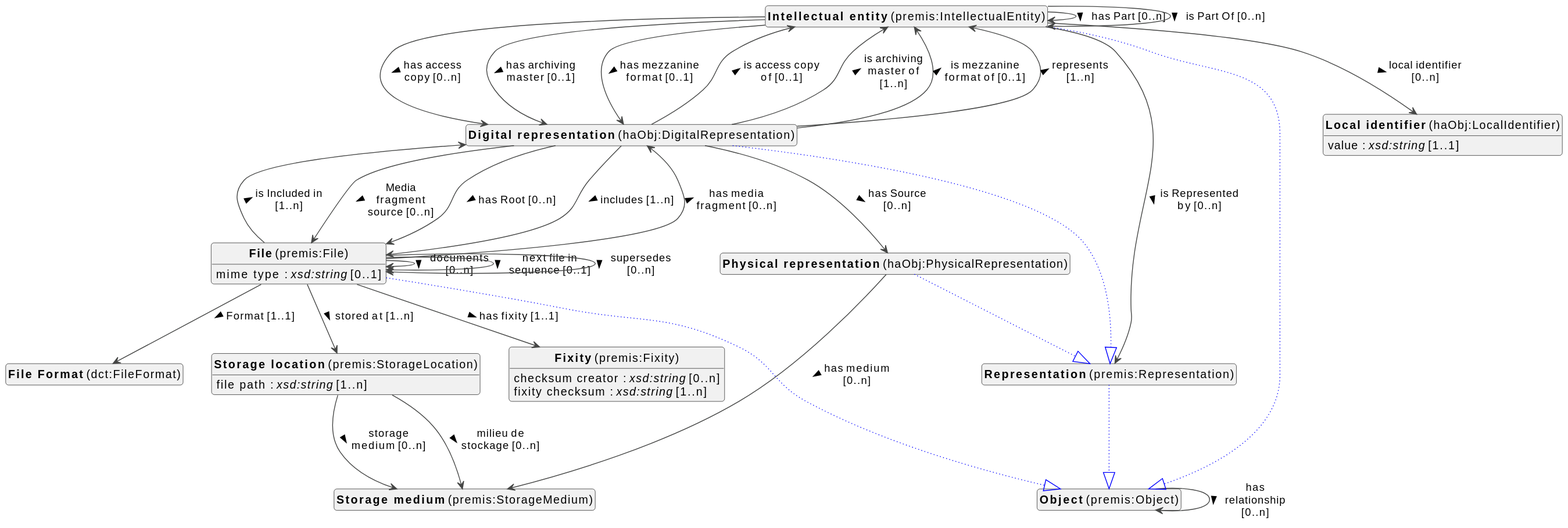
Above: docs/metadata/knowledge-graph/0.0.1/object/en/object-diagram.svg in viaacode/documentation-jekyll (PlantUML), before the change. Source of this version:
```plantuml
@startuml
!theme vibrant
skinparam classFontSize 14
!define LIGHTORANGE
skinparam componentStyle uml2
skinparam wrapMessageWidth 100
skinparam shadowing false
skinparam ArrowMessageAlignment left


class "<b>Object</b> (premis:Object)" as premis_Object [[#premis%3AObject]]
class "<b>Intellectual entity</b> (premis:IntellectualEntity)" as premis_IntellectualEntity [[#premis%3AIntellectualEntity]]
class "<b>Object</b> (premis:Object)" as premis_Object [[#premis%3AObject]]
class "<b>Physical representation</b> (haObj:PhysicalRepresentation)" as haObj_PhysicalRepresentation [[#haObj%3APhysicalRepresentation]]
class "<b>Representation</b> (premis:Representation)" as premis_Representation [[#premis%3ARepresentation]]
class "<b>Digital representation</b> (haObj:DigitalRepresentation)" as haObj_DigitalRepresentation [[#haObj%3ADigitalRepresentation]]
class "<b>Representation</b> (premis:Representation)" as premis_Representation [[#premis%3ARepresentation]]
class "<b>File</b> (premis:File)" as premis_File [[#premis%3AFile]]
class "<b>Object</b> (premis:Object)" as premis_Object [[#premis%3AObject]]
class "<b>Fixity</b> (premis:Fixity)" as premis_Fixity [[#premis%3AFixity]]
class "<b>Storage location</b> (premis:StorageLocation)" as premis_StorageLocation [[#premis%3AStorageLocation]]
class "<b>Local identifier</b> (haObj:LocalIdentifier)" as haObj_LocalIdentifier [[#haObj%3ALocalIdentifier]]
class "<b>File Format</b> (dct:FileFormat)" as dct_FileFormat [[#dct%3AFileFormat]]
class "<b>Storage medium</b> (premis:StorageMedium)" as premis_StorageMedium [[#premis%3AStorageMedium]]
class "<b>Representation</b> (premis:Representation)" as premis_Representation [[#premis%3ARepresentation]]
class "<b>Object</b> (premis:Object)" as premis_Object [[#premis%3AObject]]



premis_Object --> premis_Object : has relationship [0..n] >

premis_IntellectualEntity --|> premis_Object #blue;line.dotted;text:blue


premis_IntellectualEntity --> premis_IntellectualEntity : has Part [0..n] >

premis_IntellectualEntity --> haObj_DigitalRepresentation : has access copy [0..n] >

premis_IntellectualEntity --> haObj_DigitalRepresentation : has archiving master [0..1] >

premis_IntellectualEntity --> haObj_DigitalRepresentation : has mezzanine format [0..1] >

premis_IntellectualEntity --> premis_IntellectualEntity : is Part Of [0..n] >

premis_IntellectualEntity --> premis_Representation : is Represented by [0..n] >

premis_IntellectualEntity --> haObj_LocalIdentifier : local identifier [0..n] >

haObj_PhysicalRepresentation --|> premis_Representation #blue;line.dotted;text:blue


haObj_PhysicalRepresentation --> premis_StorageMedium : has medium [0..n] >

haObj_DigitalRepresentation --|> premis_Representation #blue;line.dotted;text:blue


haObj_DigitalRepresentation --> premis_File : Media fragment source [0..n] >

haObj_DigitalRepresentation --> premis_File : has Root [0..n] >

haObj_DigitalRepresentation --> haObj_PhysicalRepresentation : has Source [0..n] >

haObj_DigitalRepresentation --> premis_File : includes [1..n] >

haObj_DigitalRepresentation --> premis_IntellectualEntity : is access copy of [0..1] >

haObj_DigitalRepresentation --> premis_IntellectualEntity : is archiving master of [1..n] >

haObj_DigitalRepresentation --> premis_IntellectualEntity : is mezzanine format of [0..1] >

haObj_DigitalRepresentation --> premis_IntellectualEntity : represents [1..n] >

premis_File --|> premis_Object #blue;line.dotted;text:blue


premis_File --> dct_FileFormat : Format [1..1] >

premis_File --> premis_File : documents [0..n] >

premis_File --> premis_Fixity : has fixity [1..1] >

premis_File --> haObj_DigitalRepresentation : has media fragment [0..n] >

premis_File --> haObj_DigitalRepresentation : is Included in [1..n] >
premis_File : mime type : <i>xsd:string</i> [0..1]


premis_File --> premis_File : next file in sequence [0..1] >

premis_File --> premis_StorageLocation : stored at [1..n] >

premis_File --> premis_File : supersedes [0..n] >


premis_Fixity : checksum creator : <i>xsd:string</i> [0..n]

premis_Fixity : fixity checksum : <i>xsd:string</i> [1..n]



premis_StorageLocation : file path : <i>xsd:string</i> [1..n]


premis_StorageLocation --> premis_StorageMedium : milieu de stockage [0..n] >

premis_StorageLocation --> premis_StorageMedium : storage medium [0..n] >


haObj_LocalIdentifier : value : <i>xsd:string</i> [1..1]






premis_Representation --|> premis_Object #blue;line.dotted;text:blue



hide circle
hide methods
hide empty members
@enduml
```
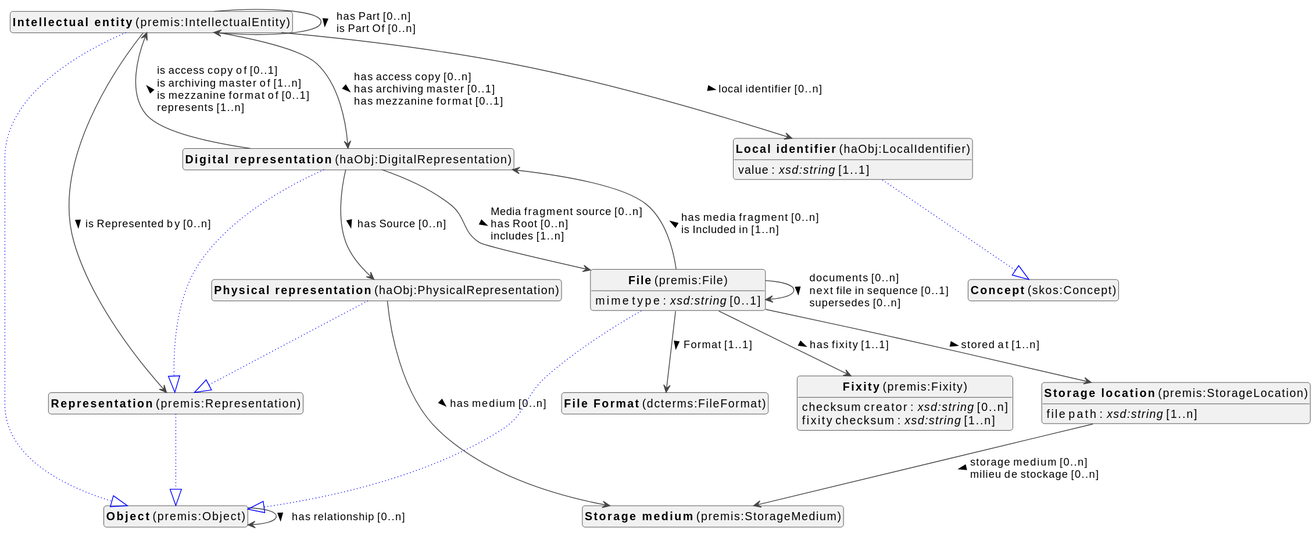
The same file after the commit.

Diff of the diagram source:
```diff
@@ -3,7 +3,8 @@
 skinparam classFontSize 14
 !define LIGHTORANGE
 skinparam componentStyle uml2
-skinparam wrapMessageWidth 100
+skinparam wrapMessageWidth 1000
+skinparam wrapWidth 1000
 skinparam shadowing false
 skinparam ArrowMessageAlignment left
 
@@ -20,100 +21,62 @@
 class "<b>Fixity</b> (premis:Fixity)" as premis_Fixity [[#premis%3AFixity]]
 class "<b>Storage location</b> (premis:StorageLocation)" as premis_StorageLocation [[#premis%3AStorageLocation]]
 class "<b>Local identifier</b> (haObj:LocalIdentifier)" as haObj_LocalIdentifier [[#haObj%3ALocalIdentifier]]
-class "<b>File Format</b> (dct:FileFormat)" as dct_FileFormat [[#dct%3AFileFormat]]
-class "<b>Storage medium</b> (premis:StorageMedium)" as premis_StorageMedium [[#premis%3AStorageMedium]]
+class "<b>Concept</b> (skos:Concept)" as skos_Concept [[#skos%3AConcept]]
 class "<b>Representation</b> (premis:Representation)" as premis_Representation [[#premis%3ARepresentation]]
 class "<b>Object</b> (premis:Object)" as premis_Object [[#premis%3AObject]]
+class "<b>File Format</b> (dcterms:FileFormat)" as dcterms_FileFormat [[#dcterms%3AFileFormat]]
+class "<b>Storage medium</b> (premis:StorageMedium)" as premis_StorageMedium [[#premis%3AStorageMedium]]
+
+
+premis_Object --> premis_Object :has relationship [0..n]  >
+
+premis_IntellectualEntity --|> premis_Object #blue;line.dotted;text:blue
+
+premis_IntellectualEntity --> haObj_DigitalRepresentation :has access copy [0..n]  \lhas archiving master [0..1]  \lhas mezzanine format [0..1]  >
+premis_IntellectualEntity --> haObj_LocalIdentifier :local identifier [0..n]  >
+premis_IntellectualEntity --> premis_IntellectualEntity :has Part [0..n]  \lis Part Of [0..n]  >
+premis_IntellectualEntity --> premis_Representation :is Represented by [0..n]  >
+
+haObj_PhysicalRepresentation --|> premis_Representation #blue;line.dotted;text:blue
+
+haObj_PhysicalRepresentation --> premis_StorageMedium :has medium [0..n]  >
+
+haObj_DigitalRepresentation --|> premis_Representation #blue;line.dotted;text:blue
+
+haObj_DigitalRepresentation --> haObj_PhysicalRepresentation :has Source [0..n]  >
+haObj_DigitalRepresentation --> premis_File :Media fragment source [0..n]  \lhas Root [0..n]  \lincludes [1..n]  >
+haObj_DigitalRepresentation --> premis_IntellectualEntity :is access copy of [0..1]  \lis archiving master of [1..n]  \lis mezzanine format of [0..1]  \lrepresents [1..n]  >
+
+premis_File --|> premis_Object #blue;line.dotted;text:blue
+
+premis_File : mime type : <i>xsd:string</i> [0..1]
+premis_File --> dcterms_FileFormat :Format [1..1]  >
+premis_File --> haObj_DigitalRepresentation :has media fragment [0..n]  \lis Included in [1..n]  >
+premis_File --> premis_File :documents [0..n]  \lnext file in sequence [0..1]  \lsupersedes [0..n]  >
+premis_File --> premis_Fixity :has fixity [1..1]  >
+premis_File --> premis_StorageLocation :stored at [1..n]  >
 
 
 
-premis_Object --> premis_Object : has relationship [0..n] >
-
-premis_IntellectualEntity --|> premis_Object #blue;line.dotted;text:blue
-
-
-premis_IntellectualEntity --> premis_IntellectualEntity : has Part [0..n] >
-
-premis_IntellectualEntity --> haObj_DigitalRepresentation : has access copy [0..n] >
-
-premis_IntellectualEntity --> haObj_DigitalRepresentation : has archiving master [0..1] >
-
-premis_IntellectualEntity --> haObj_DigitalRepresentation : has mezzanine format [0..1] >
-
-premis_IntellectualEntity --> premis_IntellectualEntity : is Part Of [0..n] >
-
-premis_IntellectualEntity --> premis_Representation : is Represented by [0..n] >
-
-premis_IntellectualEntity --> haObj_LocalIdentifier : local identifier [0..n] >
-
-haObj_PhysicalRepresentation --|> premis_Representation #blue;line.dotted;text:blue
-
-
-haObj_PhysicalRepresentation --> premis_StorageMedium : has medium [0..n] >
-
-haObj_DigitalRepresentation --|> premis_Representation #blue;line.dotted;text:blue
-
-
-haObj_DigitalRepresentation --> premis_File : Media fragment source [0..n] >
-
-haObj_DigitalRepresentation --> premis_File : has Root [0..n] >
-
-haObj_DigitalRepresentation --> haObj_PhysicalRepresentation : has Source [0..n] >
-
-haObj_DigitalRepresentation --> premis_File : includes [1..n] >
-
-haObj_DigitalRepresentation --> premis_IntellectualEntity : is access copy of [0..1] >
-
-haObj_DigitalRepresentation --> premis_IntellectualEntity : is archiving master of [1..n] >
-
-haObj_DigitalRepresentation --> premis_IntellectualEntity : is mezzanine format of [0..1] >
-
-haObj_DigitalRepresentation --> premis_IntellectualEntity : represents [1..n] >
-
-premis_File --|> premis_Object #blue;line.dotted;text:blue
-
-
-premis_File --> dct_FileFormat : Format [1..1] >
-
-premis_File --> premis_File : documents [0..n] >
-
-premis_File --> premis_Fixity : has fixity [1..1] >
-
-premis_File --> haObj_DigitalRepresentation : has media fragment [0..n] >
-
-premis_File --> haObj_DigitalRepresentation : is Included in [1..n] >
-premis_File : mime type : <i>xsd:string</i> [0..1]
-
-
-premis_File --> premis_File : next file in sequence [0..1] >
-
-premis_File --> premis_StorageLocation : stored at [1..n] >
-
-premis_File --> premis_File : supersedes [0..n] >
-
-
 premis_Fixity : checksum creator : <i>xsd:string</i> [0..n]
-
 premis_Fixity : fixity checksum : <i>xsd:string</i> [1..n]
 
 
 
 premis_StorageLocation : file path : <i>xsd:string</i> [1..n]
+premis_StorageLocation --> premis_StorageMedium :storage medium [0..n]  \lmilieu de stockage [0..n]  >
 
 
-premis_StorageLocation --> premis_StorageMedium : milieu de stockage [0..n] >
-
-premis_StorageLocation --> premis_StorageMedium : storage medium [0..n] >
-
+haObj_LocalIdentifier --|> skos_Concept #blue;line.dotted;text:blue
 
 haObj_LocalIdentifier : value : <i>xsd:string</i> [1..1]
 
 
+premis_Representation --|> premis_Object #blue;line.dotted;text:blue
 
 
 
 
-premis_Representation --|> premis_Object #blue;line.dotted;text:blue
 
 
 
```
